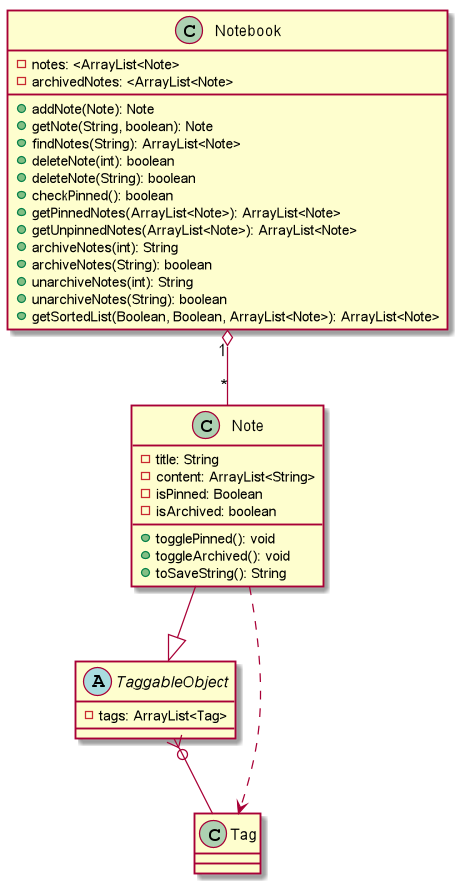
The PlantUML diagram docs/diagrams/out/NotebookObject.png in nus-cs2113-AY2021S1/tp, before a commit.
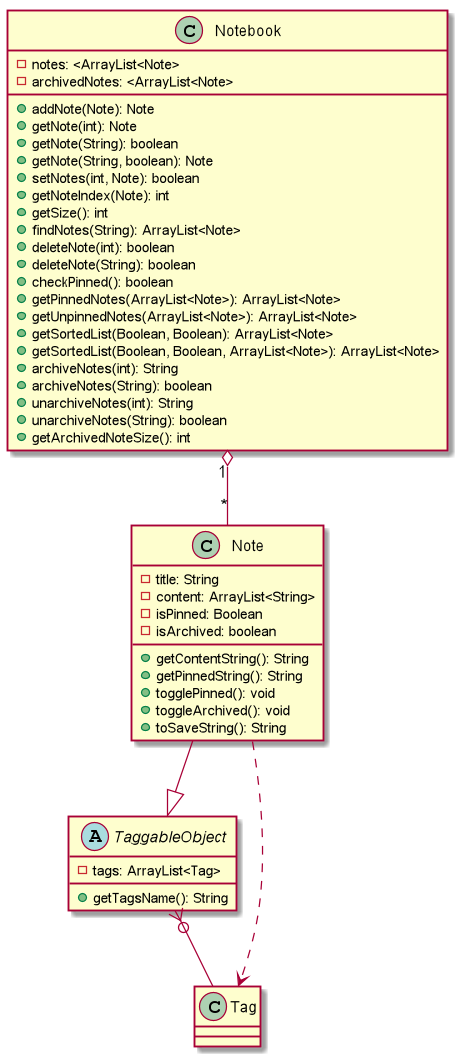
After the change.

What changed in the source:
```diff
@@ -9,18 +9,25 @@
 -notes: <ArrayList<Note>
 -archivedNotes: <ArrayList<Note>
 +addNote(Note): Note
++getNote(int): Note
++getNote(String): boolean
 +getNote(String, boolean): Note
++setNotes(int, Note): boolean
++getNoteIndex(Note): int
++getSize(): int
 +findNotes(String): ArrayList<Note>
 +deleteNote(int): boolean
 +deleteNote(String): boolean
 +checkPinned(): boolean
 +getPinnedNotes(ArrayList<Note>): ArrayList<Note>
 +getUnpinnedNotes(ArrayList<Note>): ArrayList<Note>
++getSortedList(Boolean, Boolean): ArrayList<Note>
++getSortedList(Boolean, Boolean, ArrayList<Note>): ArrayList<Note>
 +archiveNotes(int): String
 +archiveNotes(String): boolean
 +unarchiveNotes(int): String
 +unarchiveNotes(String): boolean
-+getSortedList(Boolean, Boolean, ArrayList<Note>): ArrayList<Note>
++getArchivedNoteSize(): int
 }
 
 class Note {
@@ -28,6 +35,8 @@
 -content: ArrayList<String>
 -isPinned: Boolean
 -isArchived: boolean
++getContentString(): String
++getPinnedString(): String
 +togglePinned(): void
 +toggleArchived(): void
 +toSaveString(): String
@@ -35,6 +44,7 @@
 
 abstract class TaggableObject {
 -tags: ArrayList<Tag>
++getTagsName(): String
 }
 
 @enduml
```
